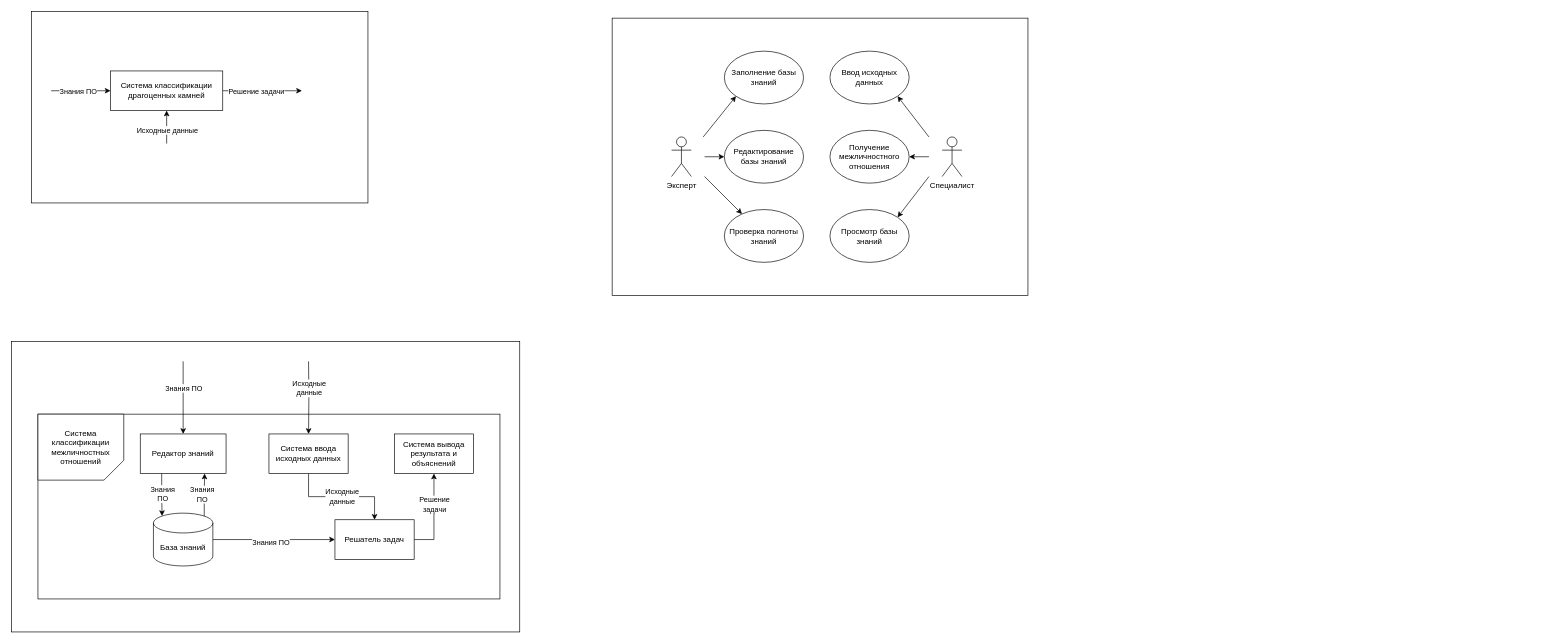
Above: diagrami_kurosvaya.drawio in kapec2303/kartinka (draw.io), before the change. Source tidied: cells renumbered, new cells numbered last; positions are measured from the earlier drawing's top-left corner, leaving out a move shared by most shapes. Both pictures are drawn from the tidied source at 66%, with x=0, y=0 at pixel (11, 11).
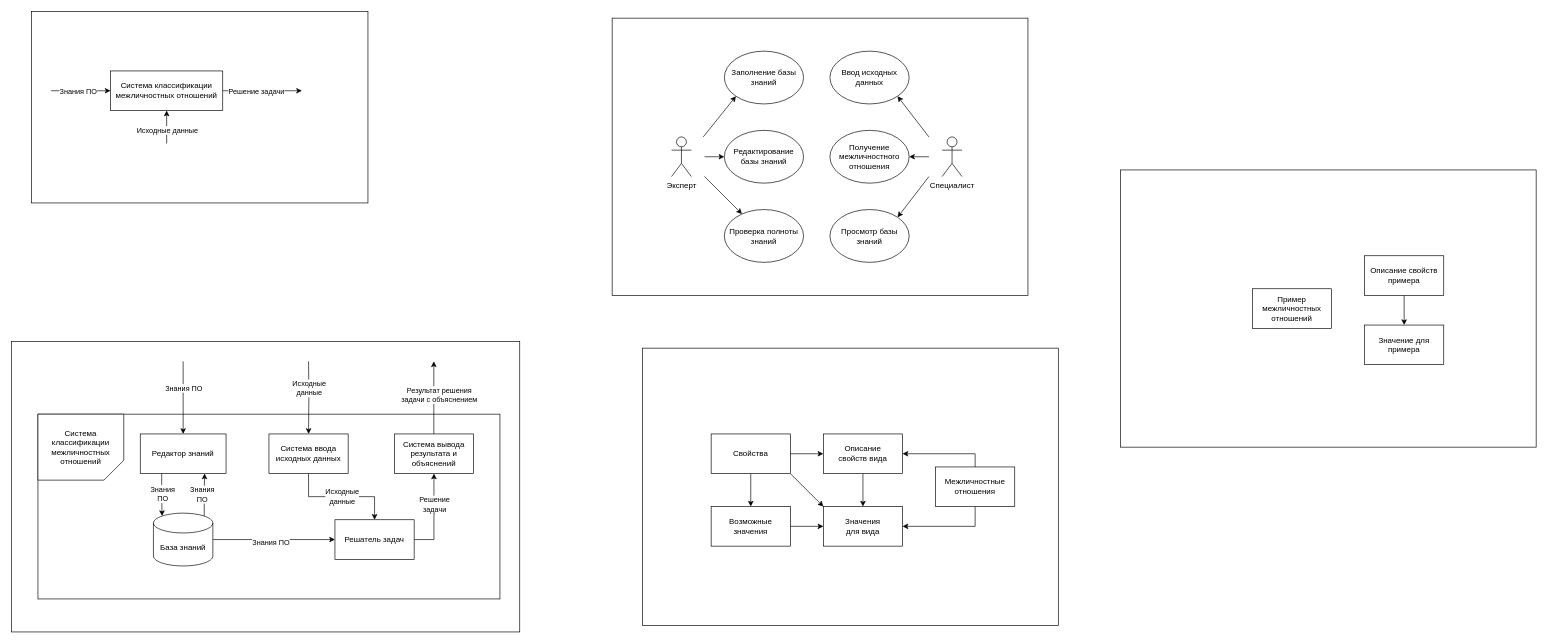
The same diagram, later.

What changed in the source:
```diff
@@
-    <mxCell id="8" value="Система классификации драгоценных камней" style="rounded=0;whiteSpace=wrap;html=1;" parent="1" vertex="1">
+    <mxCell id="8" value="Система классификации межличностных отношений" style="rounded=0;whiteSpace=wrap;html=1;" parent="1" vertex="1">
       <mxGeometry x="150" y="90" width="170" height="60" as="geometry" />
     </mxCell>
@@
+    <mxCell id="47" style="edgeStyle=orthogonalEdgeStyle;rounded=0;orthogonalLoop=1;jettySize=auto;html=1;entryX=0.5;entryY=0;entryDx=0;entryDy=0;" parent="1" edge="1">
+      <mxGeometry relative="1" as="geometry">
+        <mxPoint x="639.8" y="640" as="sourcePoint" />
+        <mxPoint x="639.8" y="530" as="targetPoint" />
+      </mxGeometry>
+    </mxCell>
+    <mxCell id="48" value="Результат решения&lt;div&gt;задачи с объяснением&lt;/div&gt;" style="edgeLabel;html=1;align=center;verticalAlign=middle;" parent="47" vertex="1">
+      <mxGeometry x="-0.09" y="-4" relative="1" as="geometry">
+        <mxPoint x="4" y="-10" as="offset" />
+      </mxGeometry>
+    </mxCell>
+    <mxCell id="49" style="rounded=0;whiteSpace=wrap;html=1;" parent="1" vertex="1">
+      <mxGeometry x="956" y="510" width="630" height="420" as="geometry" />
+    </mxCell>
+    <mxCell id="50" style="edgeStyle=orthogonalEdgeStyle;rounded=0;jettySize=auto;html=1;exitX=0.5;exitY=1;exitDx=0;exitDy=0;entryX=0.5;entryY=0;entryDx=0;entryDy=0;" parent="1" edge="1" source="53" target="60">
+      <mxGeometry relative="1" as="geometry" />
+    </mxCell>
+    <mxCell id="51" style="rounded=0;jettySize=auto;html=1;exitX=1;exitY=1;exitDx=0;exitDy=0;entryX=0;entryY=0;entryDx=0;entryDy=0;" parent="1" edge="1" source="53" target="61">
+      <mxGeometry relative="1" as="geometry" />
+    </mxCell>
+    <mxCell id="52" style="edgeStyle=orthogonalEdgeStyle;rounded=0;jettySize=auto;html=1;exitX=1;exitY=0.5;exitDx=0;exitDy=0;entryX=0;entryY=0.5;entryDx=0;entryDy=0;" parent="1" edge="1" source="53" target="55">
+      <mxGeometry relative="1" as="geometry" />
+    </mxCell>
+    <mxCell id="53" value="Свойства" style="rounded=0;whiteSpace=wrap;html=1;" parent="1" vertex="1">
+      <mxGeometry x="1060" y="640" width="120" height="60" as="geometry" />
+    </mxCell>
+    <mxCell id="54" style="edgeStyle=orthogonalEdgeStyle;rounded=0;jettySize=auto;html=1;exitX=0.5;exitY=1;exitDx=0;exitDy=0;entryX=0.5;entryY=0;entryDx=0;entryDy=0;" parent="1" edge="1" source="55" target="61">
+      <mxGeometry relative="1" as="geometry" />
+    </mxCell>
+    <mxCell id="55" value="Описание&lt;div&gt;свойств&amp;nbsp;&lt;span style=&quot;background-color: transparent; color: light-dark(rgb(0, 0, 0), rgb(255, 255, 255));&quot;&gt;вида&lt;/span&gt;&lt;/div&gt;" style="rounded=0;whiteSpace=wrap;html=1;" parent="1" vertex="1">
+      <mxGeometry x="1230" y="640" width="120" height="60" as="geometry" />
+    </mxCell>
+    <mxCell id="56" style="edgeStyle=orthogonalEdgeStyle;rounded=0;jettySize=auto;html=1;exitX=0.5;exitY=0;exitDx=0;exitDy=0;entryX=1;entryY=0.5;entryDx=0;entryDy=0;" parent="1" edge="1" source="58" target="55">
+      <mxGeometry relative="1" as="geometry" />
+    </mxCell>
+    <mxCell id="57" style="edgeStyle=orthogonalEdgeStyle;rounded=0;jettySize=auto;html=1;exitX=0.5;exitY=1;exitDx=0;exitDy=0;entryX=1;entryY=0.5;entryDx=0;entryDy=0;" parent="1" edge="1" source="58" target="61">
+      <mxGeometry relative="1" as="geometry" />
+    </mxCell>
+    <mxCell id="58" value="Межличностные&lt;div&gt;&lt;span style=&quot;background-color: transparent; color: light-dark(rgb(0, 0, 0), rgb(255, 255, 255));&quot;&gt;отношения&lt;/span&gt;&lt;/div&gt;" style="rounded=0;whiteSpace=wrap;html=1;" parent="1" vertex="1">
+      <mxGeometry x="1400" y="690" width="120" height="60" as="geometry" />
+    </mxCell>
+    <mxCell id="59" style="edgeStyle=orthogonalEdgeStyle;rounded=0;jettySize=auto;html=1;exitX=1;exitY=0.5;exitDx=0;exitDy=0;entryX=0;entryY=0.5;entryDx=0;entryDy=0;" parent="1" edge="1" source="60" target="61">
+      <mxGeometry relative="1" as="geometry" />
+    </mxCell>
+    <mxCell id="60" value="Возможные значения" style="rounded=0;whiteSpace=wrap;html=1;" parent="1" vertex="1">
+      <mxGeometry x="1060" y="750" width="120" height="60" as="geometry" />
+    </mxCell>
+    <mxCell id="61" value="Значения&lt;div&gt;для вида&lt;/div&gt;" style="rounded=0;whiteSpace=wrap;html=1;" parent="1" vertex="1">
+      <mxGeometry x="1230" y="750" width="120" height="60" as="geometry" />
+    </mxCell>
+    <mxCell id="62" style="rounded=0;whiteSpace=wrap;html=1;" parent="1" vertex="1">
+      <mxGeometry x="1680" y="240" width="630" height="420" as="geometry" />
+    </mxCell>
+    <mxCell id="63" value="Пример межличностных отношений" style="rounded=0;whiteSpace=wrap;html=1;" parent="1" vertex="1">
+      <mxGeometry x="1880" y="420" width="120" height="60" as="geometry" />
+    </mxCell>
+    <mxCell id="64" style="edgeStyle=orthogonalEdgeStyle;rounded=0;jettySize=auto;html=1;exitX=0.5;exitY=1;exitDx=0;exitDy=0;entryX=0.5;entryY=0;entryDx=0;entryDy=0;" parent="1" edge="1" source="65" target="66">
+      <mxGeometry relative="1" as="geometry" />
+    </mxCell>
+    <mxCell id="65" value="Описание свойств примера" style="rounded=0;whiteSpace=wrap;html=1;" parent="1" vertex="1">
+      <mxGeometry x="2050" y="370" width="120" height="60" as="geometry" />
+    </mxCell>
+    <mxCell id="66" value="Значение для примера" style="rounded=0;whiteSpace=wrap;html=1;" parent="1" vertex="1">
+      <mxGeometry x="2050" y="475" width="120" height="60" as="geometry" />
+    </mxCell>
```
